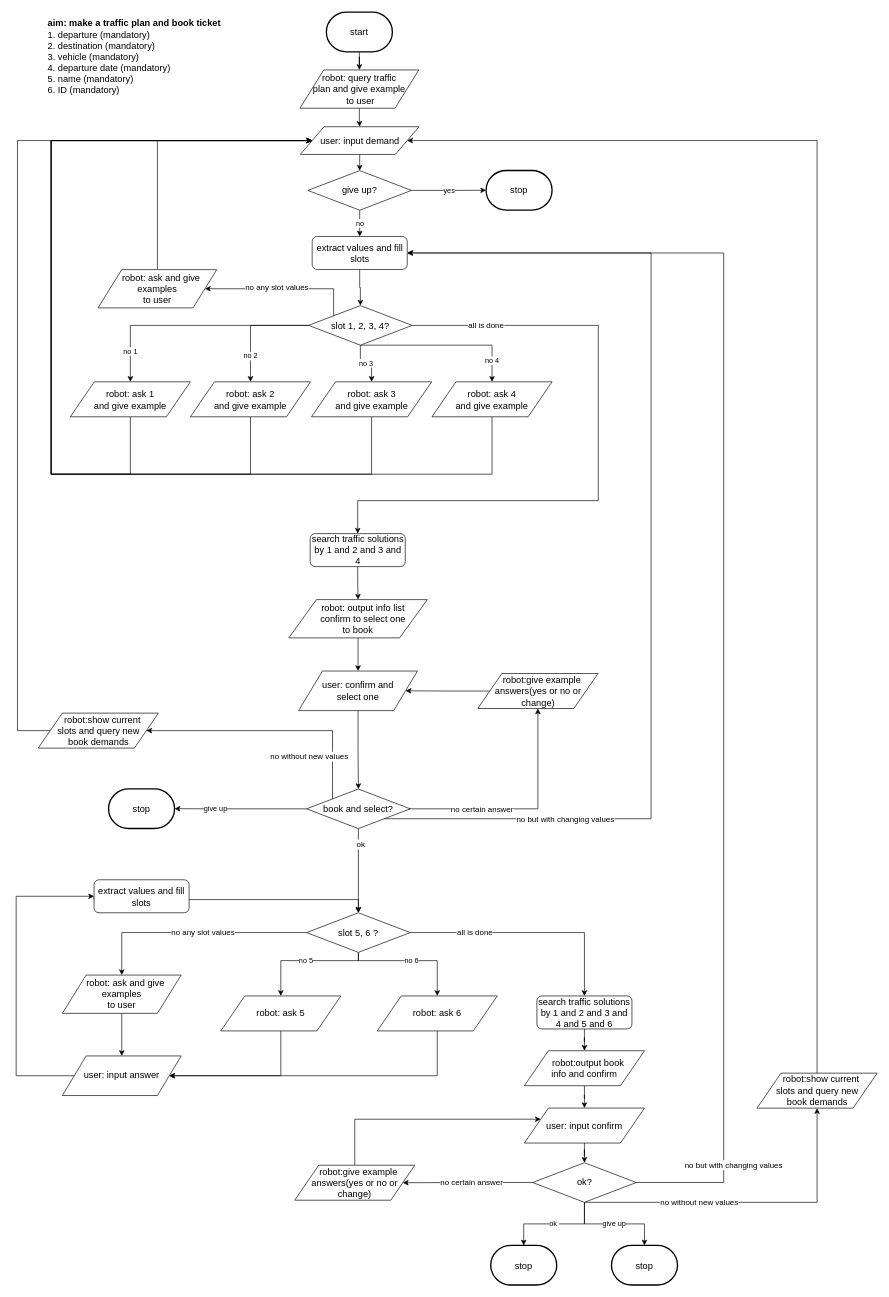
ricosr/travel_consult_chatbot keeps this draw.io diagram as flow_diagram/book_plan.drawio. Above is the earlier version. Source tidied: cells renumbered, new cells numbered last; positions are measured from the earlier drawing's top-left corner, leaving out a move shared by most shapes. Both pictures are drawn from the tidied source at 66%, with x=0, y=0 at pixel (16, 12).
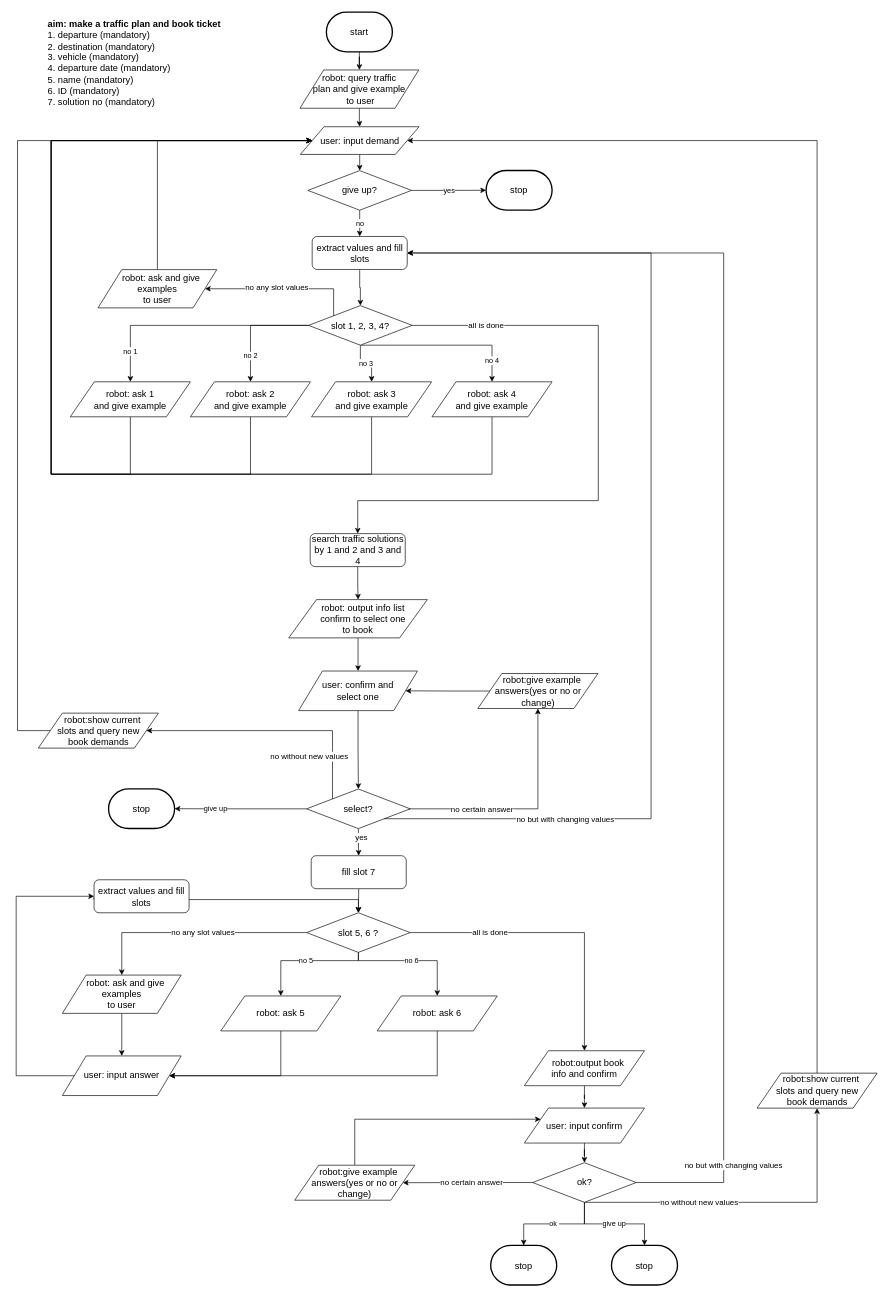
Above is the later version.

The change refers to these unchanged cells:
```xml
<mxCell id="41" value="&lt;font style=&quot;font-size: 14px&quot;&gt;slot 5, 6 ?&lt;br&gt;&lt;/font&gt;" style="rhombus;whiteSpace=wrap;html=1;" parent="1" vertex="1">
  <mxGeometry x="440" y="1364.5" width="157" height="60" as="geometry" />
</mxCell>
<mxCell id="48" value="&lt;span style=&quot;font-size: 14px&quot;&gt;&amp;nbsp; &amp;nbsp;robot:output book&lt;br&gt;info and confirm&lt;/span&gt;" style="shape=parallelogram;perimeter=parallelogramPerimeter;whiteSpace=wrap;html=1;" parent="1" vertex="1">
  <mxGeometry x="770" y="1573.5" width="182" height="53" as="geometry" />
</mxCell>
<mxCell id="61" style="edgeStyle=orthogonalEdgeStyle;rounded=0;jettySize=auto;html=1;entryX=1;entryY=0.5;entryDx=0;entryDy=0;exitX=1;exitY=1;exitDx=0;exitDy=0;" parent="1" edge="1" source="33" target="72">
  <mxGeometry relative="1" as="geometry">
    <Array as="points">
      <mxPoint x="962" y="1222" />
      <mxPoint x="962" y="365" />
    </Array>
  </mxGeometry>
</mxCell>
```

The edit, as a diff of the source:
```diff
@@
-    <mxCell id="4" value="&lt;font style=&quot;font-size: 14px&quot;&gt;&lt;b&gt;aim: make a traffic plan and book ticket&lt;/b&gt;&lt;br&gt;1. departure (mandatory)&lt;br&gt;2. destination (mandatory)&lt;br&gt;3. vehicle (mandatory)&lt;br&gt;4. departure date (mandatory)&lt;br&gt;5. name (mandatory)&lt;br&gt;6. ID (mandatory)&lt;br&gt;&lt;br&gt;&lt;/font&gt;" style="text;html=1;strokeColor=none;fillColor=none;align=left;verticalAlign=middle;whiteSpace=wrap;rounded=0;" parent="1" vertex="1">
-      <mxGeometry x="46" y="30" width="270" height="91" as="geometry" />
+    <mxCell id="4" value="&lt;font style=&quot;font-size: 14px&quot;&gt;&lt;b&gt;aim: make a traffic plan and book ticket&lt;/b&gt;&lt;br&gt;1. departure (mandatory)&lt;br&gt;2. destination (mandatory)&lt;br&gt;3. vehicle (mandatory)&lt;br&gt;4. departure date (mandatory)&lt;br&gt;5. name (mandatory)&lt;br&gt;6. ID (mandatory)&lt;br&gt;7. solution no&amp;nbsp;(mandatory)&lt;br&gt;&lt;br&gt;&lt;/font&gt;" style="text;html=1;strokeColor=none;fillColor=none;align=left;verticalAlign=middle;whiteSpace=wrap;rounded=0;" parent="1" vertex="1">
+      <mxGeometry x="46" y="30" width="270" height="110" as="geometry" />
     </mxCell>
@@
-    <mxCell id="30" style="edgeStyle=orthogonalEdgeStyle;rounded=0;jettySize=auto;html=1;" parent="1" edge="1" source="33" target="41">
+    <mxCell id="30" style="edgeStyle=orthogonalEdgeStyle;rounded=0;jettySize=auto;html=1;" parent="1" edge="1" source="33" target="94">
       <mxGeometry relative="1" as="geometry" />
     </mxCell>
@@
-    <mxCell id="33" value="&lt;font style=&quot;font-size: 14px&quot;&gt;book and select?&lt;br&gt;&lt;/font&gt;" style="rhombus;whiteSpace=wrap;html=1;" parent="1" vertex="1">
+    <mxCell id="33" value="&lt;font style=&quot;font-size: 14px&quot;&gt;select?&lt;br&gt;&lt;/font&gt;" style="rhombus;whiteSpace=wrap;html=1;" parent="1" vertex="1">
       <mxGeometry x="440" y="1177" width="157" height="60" as="geometry" />
     </mxCell>
@@
-    <mxCell id="39" style="edgeStyle=orthogonalEdgeStyle;rounded=0;jettySize=auto;html=1;exitX=1;exitY=0.5;exitDx=0;exitDy=0;entryX=0.5;entryY=0;entryDx=0;entryDy=0;" parent="1" edge="1" source="41" target="68">
+    <mxCell id="39" style="edgeStyle=orthogonalEdgeStyle;rounded=0;jettySize=auto;html=1;exitX=1;exitY=0.5;exitDx=0;exitDy=0;entryX=0.5;entryY=0;entryDx=0;entryDy=0;" parent="1" edge="1" source="41" target="48">
       <mxGeometry relative="1" as="geometry" />
     </mxCell>
@@
-    <mxCell id="63" value="ok" style="text;html=1;align=center;verticalAlign=middle;labelBackgroundColor=#ffffff;" parent="61" vertex="1">
+    <mxCell id="63" value="yes" style="text;html=1;align=center;verticalAlign=middle;labelBackgroundColor=#ffffff;" parent="61" vertex="1">
       <mxGeometry x="-0.98" y="-5" relative="1" as="geometry">
-        <mxPoint x="-52" y="33" as="offset" />
+        <mxPoint x="-51.5" y="23" as="offset" />
       </mxGeometry>
     </mxCell>
@@
-    <mxCell id="67" style="edgeStyle=orthogonalEdgeStyle;rounded=0;jettySize=auto;html=1;" parent="1" edge="1" source="68" target="48">
-      <mxGeometry relative="1" as="geometry" />
-    </mxCell>
-    <mxCell id="68" value="&lt;font style=&quot;font-size: 14px&quot;&gt;search traffic solutions by 1 and 2 and 3 and 4 and 5 and 6&lt;/font&gt;" style="rounded=1;whiteSpace=wrap;html=1;" parent="1" vertex="1">
-      <mxGeometry x="789" y="1490.5" width="144" height="50" as="geometry" />
-    </mxCell>
@@
+    <mxCell id="93" style="edgeStyle=orthogonalEdgeStyle;rounded=0;jettySize=auto;html=1;exitX=0.5;exitY=1;exitDx=0;exitDy=0;entryX=0.5;entryY=0;entryDx=0;entryDy=0;" parent="1" edge="1" source="94" target="41">
+      <mxGeometry relative="1" as="geometry" />
+    </mxCell>
+    <mxCell id="94" value="&lt;font style=&quot;font-size: 14px&quot;&gt;fill slot 7&lt;/font&gt;" style="rounded=1;whiteSpace=wrap;html=1;" parent="1" vertex="1">
+      <mxGeometry x="447" y="1278" width="144" height="50" as="geometry" />
+    </mxCell>
```
